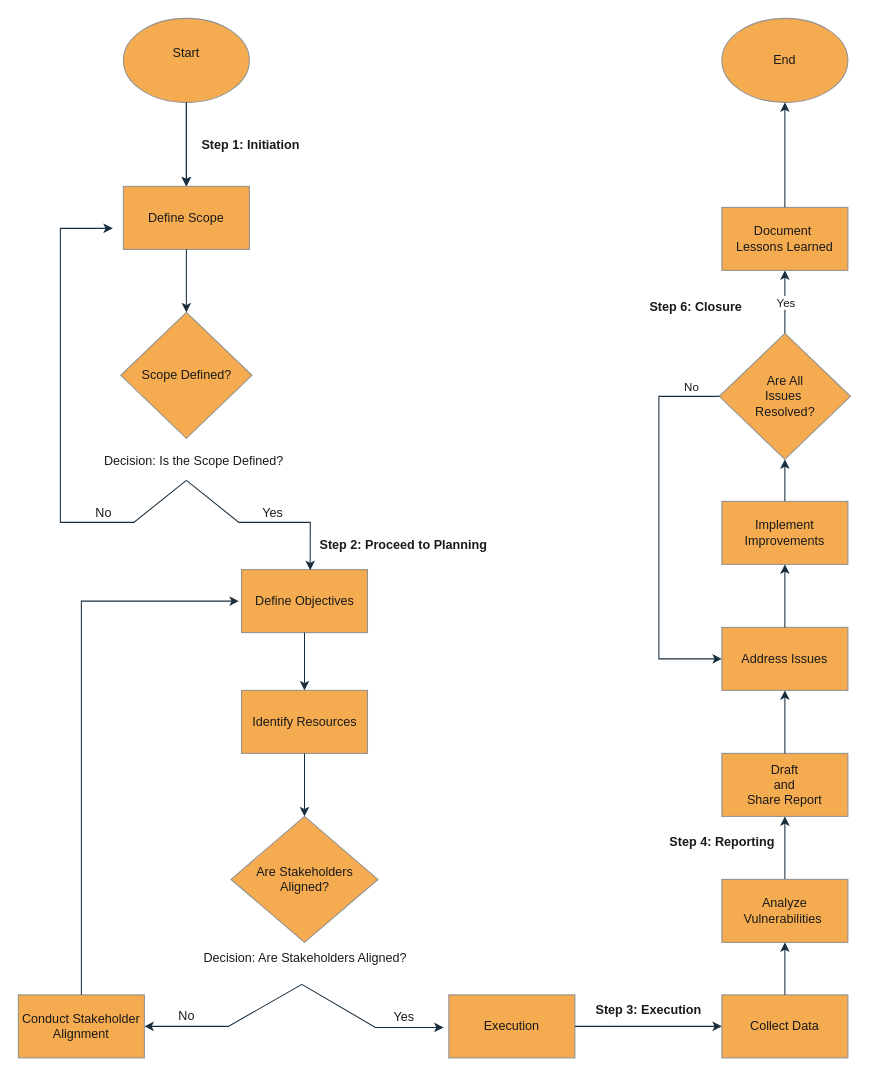
This is Visuals/Security_Audit_Process_Flowchart.drawio from CJWasson/Security-Audit-Botium-Toys, a draw.io file, before an edit. Source tidied: cells renumbered, new cells numbered last; positions are measured from the earlier drawing's top-left corner, leaving out a move shared by most shapes. Both pictures are drawn from the tidied source at 105%, with x=0, y=0 at pixel (18, 18).
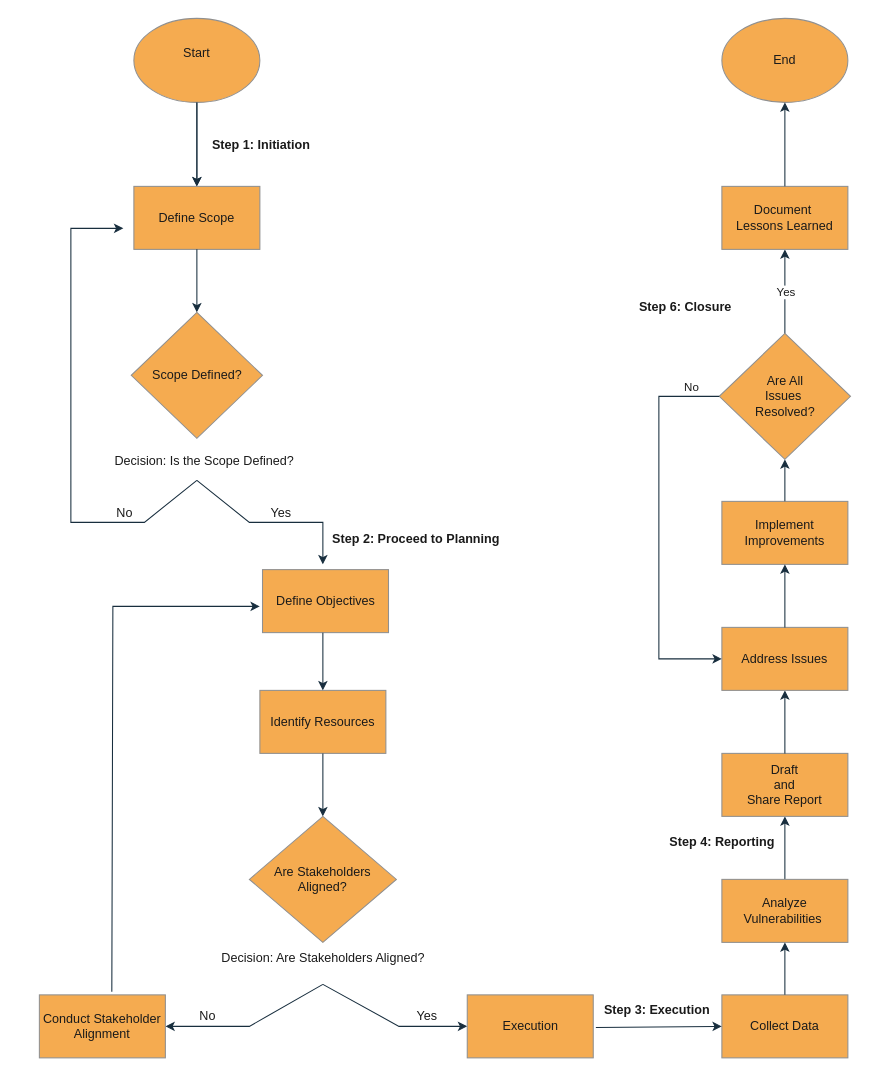
Above is the later version.

The change refers to these unchanged cells:
```xml
<mxCell id="27" value="&lt;font&gt;Collect Data&lt;/font&gt;" style="rounded=0;whiteSpace=wrap;html=1;labelBackgroundColor=none;fillColor=#F5AB50;strokeColor=#909090;fontColor=#1A1A1A;" parent="1" vertex="1">
  <mxGeometry x="670" y="930" width="120" height="60" as="geometry" />
</mxCell>
<mxCell id="39" value="Are All&lt;div&gt;Issues&amp;nbsp;&lt;/div&gt;&lt;div&gt;Resolved?&lt;/div&gt;" style="rhombus;whiteSpace=wrap;html=1;labelBackgroundColor=none;fillColor=#F5AB50;strokeColor=#909090;fontColor=#1A1A1A;rounded=0;" parent="1" vertex="1">
  <mxGeometry x="667.5" y="300" width="125" height="120" as="geometry" />
</mxCell>
```

What changed in the source:
```diff
@@
     <mxCell id="3" value="&lt;font&gt;Start&lt;/font&gt;&lt;div&gt;&lt;br&gt;&lt;/div&gt;" style="ellipse;whiteSpace=wrap;html=1;labelBackgroundColor=none;fillColor=#F5AB50;strokeColor=#909090;fontColor=#1A1A1A;rounded=0;" parent="1" vertex="1">
-      <mxGeometry x="100" width="120" height="80" as="geometry" />
+      <mxGeometry x="110" width="120" height="80" as="geometry" />
     </mxCell>
     <mxCell id="4" value="&lt;font&gt;Define Scope&lt;/font&gt;" style="rounded=0;whiteSpace=wrap;html=1;labelBackgroundColor=none;fillColor=#F5AB50;strokeColor=#909090;fontColor=#1A1A1A;" parent="1" vertex="1">
-      <mxGeometry x="100" y="160" width="120" height="60" as="geometry" />
+      <mxGeometry x="110" y="160" width="120" height="60" as="geometry" />
     </mxCell>
     <mxCell id="5" value="&lt;font&gt;Scope Defined?&lt;/font&gt;" style="rhombus;whiteSpace=wrap;html=1;labelBackgroundColor=none;fillColor=#F5AB50;strokeColor=#909090;fontColor=#1A1A1A;rounded=0;" parent="1" vertex="1">
-      <mxGeometry x="97.5" y="280" width="125" height="120" as="geometry" />
+      <mxGeometry x="107.5" y="280" width="125" height="120" as="geometry" />
     </mxCell>
@@
     <mxCell id="9" value="&lt;font&gt;Define Objectives&lt;/font&gt;" style="rounded=0;whiteSpace=wrap;html=1;labelBackgroundColor=none;fillColor=#F5AB50;strokeColor=#909090;fontColor=#1A1A1A;" parent="1" vertex="1">
-      <mxGeometry x="212.5" y="525" width="120" height="60" as="geometry" />
+      <mxGeometry x="232.5" y="525" width="120" height="60" as="geometry" />
     </mxCell>
-    <mxCell id="10" style="endArrow=classic;html=1;rounded=0;entryX=0.545;entryY=0.009;entryDx=0;entryDy=0;entryPerimeter=0;labelBackgroundColor=none;strokeColor=#182E3E;fontColor=default;" parent="1" edge="1" target="9">
+    <mxCell id="10" style="endArrow=classic;html=1;rounded=0;labelBackgroundColor=none;strokeColor=#182E3E;fontColor=default;" parent="1" edge="1">
       <mxGeometry relative="1" as="geometry">
-        <mxPoint x="160" y="440" as="sourcePoint" />
+        <mxPoint x="170" y="440" as="sourcePoint" />
+        <mxPoint x="290" y="520" as="targetPoint" />
         <Array as="points">
-          <mxPoint x="210" y="480" />
-          <mxPoint x="278" y="480" />
+          <mxPoint x="220" y="480" />
+          <mxPoint x="290" y="480" />
         </Array>
       </mxGeometry>
     </mxCell>
@@
     <mxCell id="14" style="endArrow=classic;html=1;rounded=0;labelBackgroundColor=none;strokeColor=#182E3E;fontColor=default;" parent="1" edge="1">
       <mxGeometry relative="1" as="geometry">
-        <mxPoint x="160" y="440" as="sourcePoint" />
-        <mxPoint x="90" y="200" as="targetPoint" />
+        <mxPoint x="170" y="440" as="sourcePoint" />
+        <mxPoint x="100" y="200" as="targetPoint" />
         <Array as="points">
-          <mxPoint x="110" y="480" />
-          <mxPoint x="70" y="480" />
-          <mxPoint x="40" y="480" />
-          <mxPoint x="40" y="200" />
+          <mxPoint x="120" y="480" />
+          <mxPoint x="80" y="480" />
+          <mxPoint x="50" y="480" />
+          <mxPoint x="50" y="200" />
         </Array>
       </mxGeometry>
     </mxCell>
     <mxCell id="15" value="No" style="edgeLabel;html=1;align=center;verticalAlign=middle;fontSize=12;labelBackgroundColor=none;fontColor=#1A1A1A;rounded=0;" parent="14" vertex="1">
       <mxGeometry relative="1" as="geometry">
-        <mxPoint x="40" y="88" as="offset" />
+        <mxPoint x="50" y="88" as="offset" />
       </mxGeometry>
     </mxCell>
     <mxCell id="16" value="&lt;font&gt;Identify Resources&lt;/font&gt;" style="rounded=0;whiteSpace=wrap;html=1;labelBackgroundColor=none;fillColor=#F5AB50;strokeColor=#909090;fontColor=#1A1A1A;" parent="1" vertex="1">
-      <mxGeometry x="212.5" y="640" width="120" height="60" as="geometry" />
+      <mxGeometry x="230" y="640" width="120" height="60" as="geometry" />
     </mxCell>
     <mxCell id="17" value="&lt;font&gt;Are Stakeholders Aligned?&lt;/font&gt;" style="rhombus;whiteSpace=wrap;html=1;labelBackgroundColor=none;fillColor=#F5AB50;strokeColor=#909090;fontColor=#1A1A1A;rounded=0;" parent="1" vertex="1">
-      <mxGeometry x="202.5" y="760" width="140" height="120" as="geometry" />
+      <mxGeometry x="220" y="760" width="140" height="120" as="geometry" />
     </mxCell>
     <mxCell id="18" value="&lt;font&gt;Decision: Are Stakeholders Aligned?&lt;/font&gt;" style="text;html=1;align=center;verticalAlign=middle;strokeColor=none;fillColor=none;labelBackgroundColor=none;fontColor=#1A1A1A;rounded=0;" parent="1" vertex="1">
-      <mxGeometry x="162.5" y="880" width="220" height="30" as="geometry" />
+      <mxGeometry x="180" y="880" width="220" height="30" as="geometry" />
     </mxCell>
     <mxCell id="19" style="endArrow=classic;html=1;rounded=0;labelBackgroundColor=none;strokeColor=#182E3E;fontColor=default;" parent="1" edge="1">
       <mxGeometry relative="1" as="geometry">
-        <mxPoint x="270" y="920" as="sourcePoint" />
-        <mxPoint x="120" y="960" as="targetPoint" />
+        <mxPoint x="290" y="920" as="sourcePoint" />
+        <mxPoint x="140" y="960" as="targetPoint" />
         <Array as="points">
-          <mxPoint x="200" y="960" />
+          <mxPoint x="220" y="960" />
         </Array>
       </mxGeometry>
     </mxCell>
@@
     <mxCell id="21" style="endArrow=classic;html=1;rounded=0;labelBackgroundColor=none;strokeColor=#182E3E;fontColor=default;" parent="1" edge="1">
       <mxGeometry relative="1" as="geometry">
-        <mxPoint x="270" y="920" as="sourcePoint" />
-        <mxPoint x="405" y="961" as="targetPoint" />
+        <mxPoint x="290" y="920" as="sourcePoint" />
+        <mxPoint x="427.5" y="960" as="targetPoint" />
         <Array as="points">
-          <mxPoint x="340" y="961" />
+          <mxPoint x="362.5" y="960" />
         </Array>
       </mxGeometry>
     </mxCell>
@@
-    <mxCell id="24" style="endArrow=classic;html=1;rounded=0;exitX=0.5;exitY=1;exitDx=0;exitDy=0;labelBackgroundColor=none;strokeColor=#182E3E;fontColor=default;" parent="1" edge="1" source="9">
+    <mxCell id="24" style="endArrow=classic;html=1;rounded=0;labelBackgroundColor=none;strokeColor=#182E3E;fontColor=default;entryX=0.5;entryY=0;entryDx=0;entryDy=0;" parent="1" edge="1" target="16">
       <mxGeometry relative="1" as="geometry">
-        <mxPoint x="272.5" y="640" as="targetPoint" />
+        <mxPoint x="290" y="585" as="sourcePoint" />
       </mxGeometry>
     </mxCell>
     <mxCell id="25" value="&lt;font&gt;Conduct Stakeholder Alignment&lt;/font&gt;" style="rounded=0;whiteSpace=wrap;html=1;labelBackgroundColor=none;fillColor=#F5AB50;strokeColor=#909090;fontColor=#1A1A1A;" parent="1" vertex="1">
-      <mxGeometry y="930" width="120" height="60" as="geometry" />
+      <mxGeometry x="20" y="930" width="120" height="60" as="geometry" />
     </mxCell>
     <mxCell id="26" value="&lt;font&gt;Execution&lt;/font&gt;" style="rounded=0;whiteSpace=wrap;html=1;labelBackgroundColor=none;fillColor=#F5AB50;strokeColor=#909090;fontColor=#1A1A1A;" parent="1" vertex="1">
-      <mxGeometry x="410" y="930" width="120" height="60" as="geometry" />
+      <mxGeometry x="427.5" y="930" width="120" height="60" as="geometry" />
     </mxCell>
@@
-    <mxCell id="28" style="endArrow=classic;html=1;rounded=0;entryX=0;entryY=0.5;entryDx=0;entryDy=0;exitX=1;exitY=0.5;exitDx=0;exitDy=0;labelBackgroundColor=none;strokeColor=#182E3E;fontColor=default;" parent="1" edge="1" source="26" target="27">
+    <mxCell id="28" style="endArrow=classic;html=1;rounded=0;entryX=0;entryY=0.5;entryDx=0;entryDy=0;labelBackgroundColor=none;strokeColor=#182E3E;fontColor=default;exitX=0.021;exitY=1.033;exitDx=0;exitDy=0;exitPerimeter=0;" parent="1" edge="1" source="32" target="27">
       <mxGeometry relative="1" as="geometry" />
     </mxCell>
@@
     <mxCell id="32" value="&lt;font&gt;&lt;b&gt;Step 3: Execution&lt;/b&gt;&lt;/font&gt;" style="text;html=1;align=center;verticalAlign=middle;points=[];strokeColor=none;fillColor=none;labelBackgroundColor=none;fontColor=#1A1A1A;rounded=0;" parent="1" vertex="1">
-      <mxGeometry x="540" y="930" width="120" height="30" as="geometry" />
+      <mxGeometry x="547.5" y="930" width="120" height="30" as="geometry" />
     </mxCell>
@@
-    <mxCell id="41" style="endArrow=classic;html=1;rounded=0;strokeColor=#182E3E;fontColor=#1A1A1A;exitX=0.5;exitY=0;exitDx=0;exitDy=0;" parent="1" edge="1" source="39">
+    <mxCell id="41" style="endArrow=classic;html=1;rounded=0;strokeColor=#182E3E;fontColor=#1A1A1A;exitX=0.5;exitY=0;exitDx=0;exitDy=0;entryX=0.5;entryY=1;entryDx=0;entryDy=0;" parent="1" edge="1" source="39" target="45">
       <mxGeometry relative="1" as="geometry">
-        <mxPoint x="730" y="240" as="targetPoint" />
         <Array as="points">
           <mxPoint x="730" y="280" />
         </Array>
       </mxGeometry>
     </mxCell>
@@
     <mxCell id="45" value="Document&amp;nbsp;&lt;div&gt;Lessons Learned&lt;/div&gt;" style="rounded=0;whiteSpace=wrap;html=1;strokeColor=#909090;fontColor=#1A1A1A;fillColor=#F5AB50;" parent="1" vertex="1">
-      <mxGeometry x="670" y="180" width="120" height="60" as="geometry" />
+      <mxGeometry x="670" y="160" width="120" height="60" as="geometry" />
     </mxCell>
     <mxCell id="46" value="&lt;b&gt;Step 6: Closure&lt;/b&gt;" style="text;html=1;align=center;verticalAlign=middle;strokeColor=none;fillColor=none;fontColor=#1A1A1A;rounded=0;" parent="1" vertex="1">
-      <mxGeometry x="590" y="260" width="110" height="30" as="geometry" />
+      <mxGeometry x="580" y="260" width="110" height="30" as="geometry" />
     </mxCell>
@@
-    <mxCell id="49" style="endArrow=classic;html=1;rounded=0;exitX=0.5;exitY=0;exitDx=0;exitDy=0;labelBackgroundColor=none;strokeColor=#182E3E;fontColor=default;" parent="1" edge="1" source="25">
+    <mxCell id="49" style="endArrow=classic;html=1;rounded=0;exitX=0.575;exitY=-0.05;exitDx=0;exitDy=0;labelBackgroundColor=none;strokeColor=#182E3E;fontColor=default;exitPerimeter=0;" parent="1" edge="1" source="25">
       <mxGeometry relative="1" as="geometry">
-        <mxPoint x="210" y="555" as="targetPoint" />
+        <mxPoint x="230" y="560" as="targetPoint" />
         <Array as="points">
-          <mxPoint x="60" y="555" />
+          <mxPoint x="90" y="560" />
         </Array>
       </mxGeometry>
     </mxCell>
```
